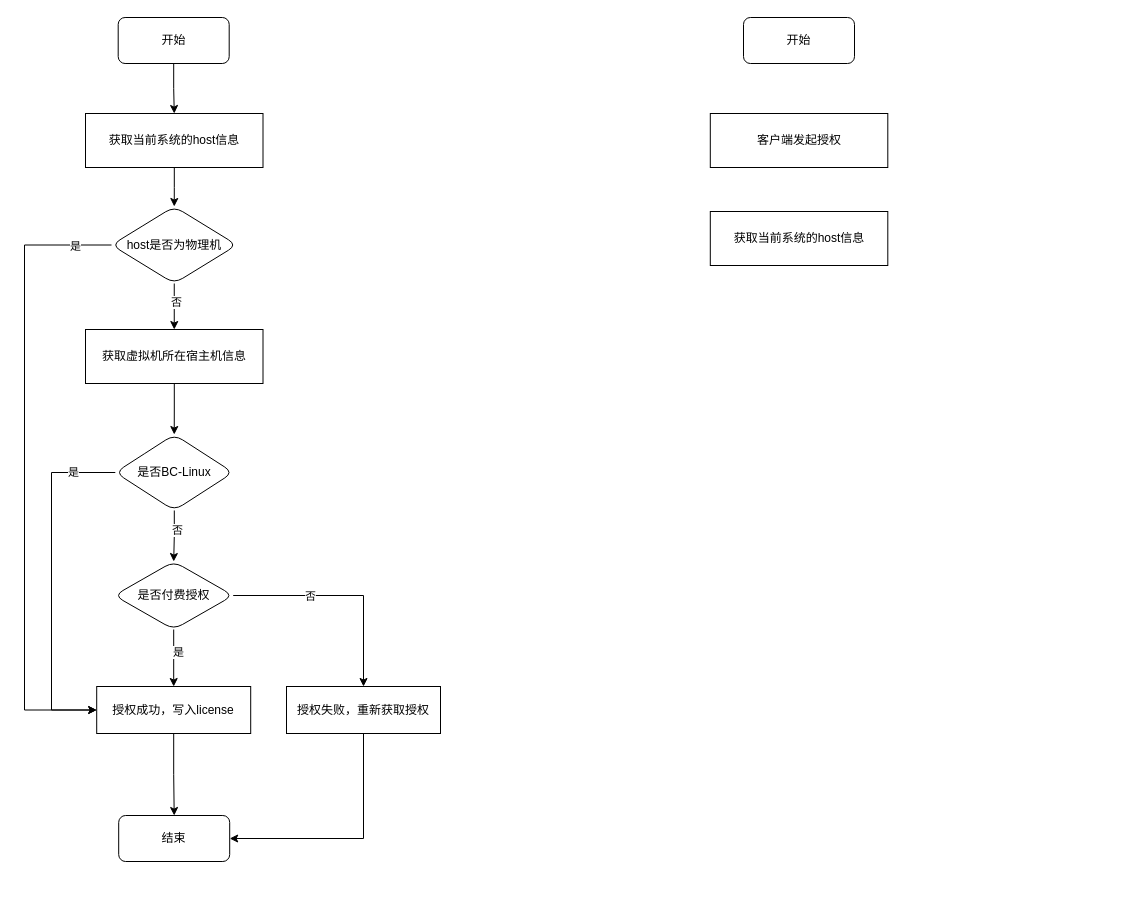
Earlier version of the draw.io diagram free-auth.drawio (HurryUpWb/pdf). Source tidied: cells renumbered, new cells numbered last; positions are measured from the earlier drawing's top-left corner, leaving out a move shared by most shapes. Both pictures are drawn from the tidied source at 100%, with x=0, y=0 at pixel (24, 17).
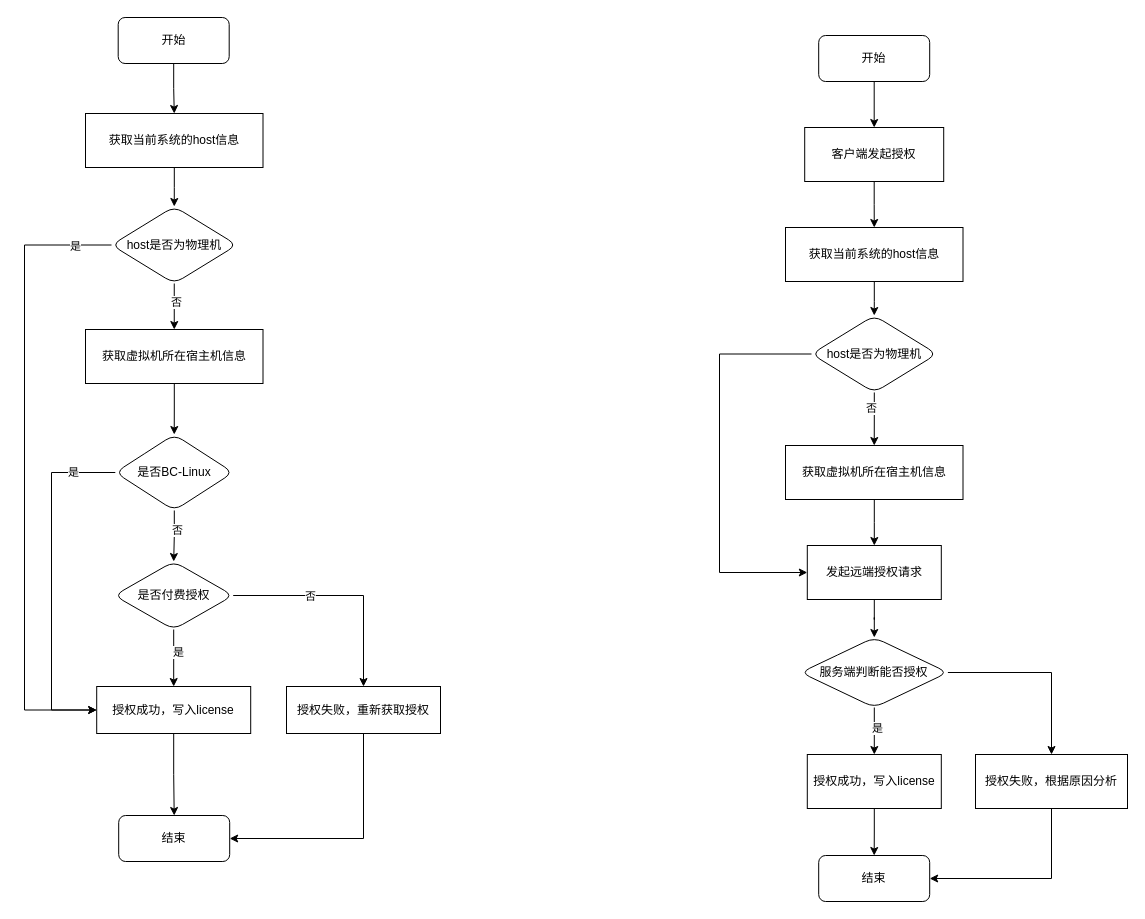
After the change.

Change to the diagram source:
```diff
@@
+    <mxCell id="31" style="edgeStyle=orthogonalEdgeStyle;rounded=0;jettySize=auto;html=1;entryX=0.5;entryY=0;entryDx=0;entryDy=0;" parent="1" edge="1" source="28" target="29">
+      <mxGeometry relative="1" as="geometry" />
+    </mxCell>
     <mxCell id="28" value="开始" style="rounded=1;whiteSpace=wrap;html=1;" parent="1" vertex="1">
-      <mxGeometry x="719" width="111" height="46" as="geometry" />
+      <mxGeometry x="794.2" y="18" width="111" height="46" as="geometry" />
     </mxCell>
+    <mxCell id="32" style="edgeStyle=orthogonalEdgeStyle;rounded=0;jettySize=auto;html=1;entryX=0.5;entryY=0;entryDx=0;entryDy=0;" parent="1" edge="1" source="29" target="30">
+      <mxGeometry relative="1" as="geometry" />
+    </mxCell>
     <mxCell id="29" value="客户端发起授权" style="rounded=0;whiteSpace=wrap;html=1;" parent="1" vertex="1">
-      <mxGeometry x="685.8" y="96" width="177.5" height="54" as="geometry" />
+      <mxGeometry x="780.2" y="110" width="139" height="54" as="geometry" />
     </mxCell>
+    <mxCell id="33" style="edgeStyle=orthogonalEdgeStyle;rounded=0;jettySize=auto;html=1;entryX=0.5;entryY=0;entryDx=0;entryDy=0;" parent="1" edge="1" source="30" target="37">
+      <mxGeometry relative="1" as="geometry" />
+    </mxCell>
     <mxCell id="30" value="获取当前系统的host信息" style="rounded=0;whiteSpace=wrap;html=1;" parent="1" vertex="1">
-      <mxGeometry x="685.8" y="194" width="177.5" height="54" as="geometry" />
+      <mxGeometry x="761" y="210" width="177.5" height="54" as="geometry" />
     </mxCell>
+    <mxCell id="34" style="edgeStyle=orthogonalEdgeStyle;rounded=0;jettySize=auto;html=1;entryX=0.5;entryY=0;entryDx=0;entryDy=0;" parent="1" edge="1" source="37" target="39">
+      <mxGeometry relative="1" as="geometry" />
+    </mxCell>
+    <mxCell id="35" value="否" style="edgeLabel;html=1;align=center;verticalAlign=middle;" parent="34" vertex="1">
+      <mxGeometry x="-0.41" y="-3" relative="1" as="geometry" />
+    </mxCell>
+    <mxCell id="36" style="edgeStyle=orthogonalEdgeStyle;rounded=0;jettySize=auto;html=1;entryX=0;entryY=0.5;entryDx=0;entryDy=0;" parent="1" edge="1" source="37" target="41">
+      <mxGeometry relative="1" as="geometry">
+        <Array as="points">
+          <mxPoint x="695" y="337" />
+          <mxPoint x="695" y="555" />
+        </Array>
+      </mxGeometry>
+    </mxCell>
+    <mxCell id="37" value="host是否为物理机" style="rhombus;whiteSpace=wrap;html=1;rounded=1;" parent="1" vertex="1">
+      <mxGeometry x="787" y="298" width="125.5" height="77" as="geometry" />
+    </mxCell>
+    <mxCell id="38" style="edgeStyle=orthogonalEdgeStyle;rounded=0;jettySize=auto;html=1;entryX=0.5;entryY=0;entryDx=0;entryDy=0;" parent="1" edge="1" source="39" target="41">
+      <mxGeometry relative="1" as="geometry" />
+    </mxCell>
+    <mxCell id="39" value="获取虚拟机所在宿主机信息" style="rounded=0;whiteSpace=wrap;html=1;" parent="1" vertex="1">
+      <mxGeometry x="761" y="428" width="177.5" height="54" as="geometry" />
+    </mxCell>
+    <mxCell id="40" style="edgeStyle=orthogonalEdgeStyle;rounded=0;jettySize=auto;html=1;entryX=0.5;entryY=0;entryDx=0;entryDy=0;" parent="1" edge="1" source="41" target="47">
+      <mxGeometry relative="1" as="geometry" />
+    </mxCell>
+    <mxCell id="41" value="发起远端授权请求" style="rounded=0;whiteSpace=wrap;html=1;" parent="1" vertex="1">
+      <mxGeometry x="782.8" y="528" width="134" height="54" as="geometry" />
+    </mxCell>
+    <mxCell id="42" style="edgeStyle=orthogonalEdgeStyle;rounded=0;jettySize=auto;html=1;entryX=0.5;entryY=0;entryDx=0;entryDy=0;" parent="1" edge="1" source="43" target="48">
+      <mxGeometry relative="1" as="geometry" />
+    </mxCell>
+    <mxCell id="43" value="授权成功，写入license" style="rounded=0;whiteSpace=wrap;html=1;" parent="1" vertex="1">
+      <mxGeometry x="782.8" y="737" width="134" height="54" as="geometry" />
+    </mxCell>
+    <mxCell id="44" style="edgeStyle=orthogonalEdgeStyle;rounded=0;jettySize=auto;html=1;entryX=0.5;entryY=0;entryDx=0;entryDy=0;" parent="1" edge="1" source="47" target="43">
+      <mxGeometry relative="1" as="geometry" />
+    </mxCell>
+    <mxCell id="45" value="是" style="edgeLabel;html=1;align=center;verticalAlign=middle;" parent="44" vertex="1">
+      <mxGeometry x="-0.15" y="3" relative="1" as="geometry" />
+    </mxCell>
+    <mxCell id="46" style="edgeStyle=orthogonalEdgeStyle;rounded=0;jettySize=auto;html=1;entryX=0.5;entryY=0;entryDx=0;entryDy=0;" parent="1" edge="1" source="47" target="50">
+      <mxGeometry relative="1" as="geometry" />
+    </mxCell>
+    <mxCell id="47" value="服务端判断能否授权" style="rhombus;whiteSpace=wrap;html=1;rounded=1;" parent="1" vertex="1">
+      <mxGeometry x="776.2" y="620" width="147.2" height="70" as="geometry" />
+    </mxCell>
+    <mxCell id="48" value="结束" style="rounded=1;whiteSpace=wrap;html=1;" parent="1" vertex="1">
+      <mxGeometry x="794.2" y="838" width="111" height="46" as="geometry" />
+    </mxCell>
+    <mxCell id="49" style="edgeStyle=orthogonalEdgeStyle;rounded=0;jettySize=auto;html=1;entryX=1;entryY=0.5;entryDx=0;entryDy=0;exitX=0.5;exitY=1;exitDx=0;exitDy=0;" parent="1" edge="1" source="50" target="48">
+      <mxGeometry relative="1" as="geometry" />
+    </mxCell>
+    <mxCell id="50" value="授权失败，根据原因分析" style="rounded=0;whiteSpace=wrap;html=1;" parent="1" vertex="1">
+      <mxGeometry x="951" y="737" width="152" height="54" as="geometry" />
+    </mxCell>
```
